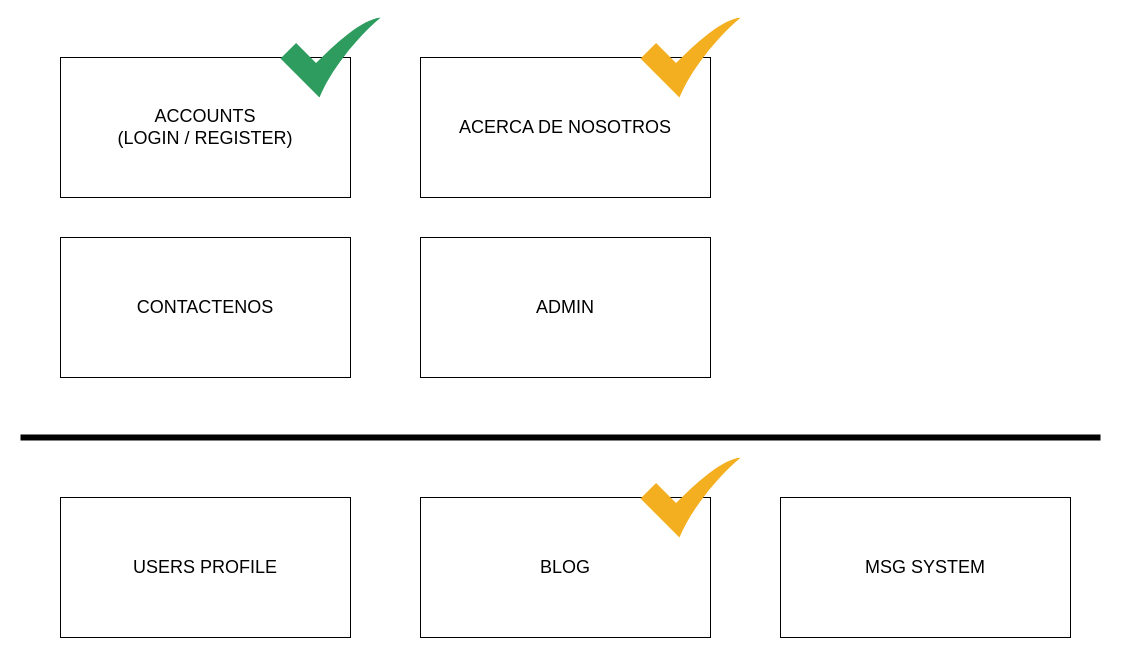
Earlier version of the draw.io diagram apps.drawio (claracena/coderblog). Source tidied: cells renumbered, new cells numbered last; positions are measured from the earlier drawing's top-left corner, leaving out a move shared by most shapes. Both pictures are drawn from the tidied source at 100%, with x=0, y=0 at pixel (20, 17).
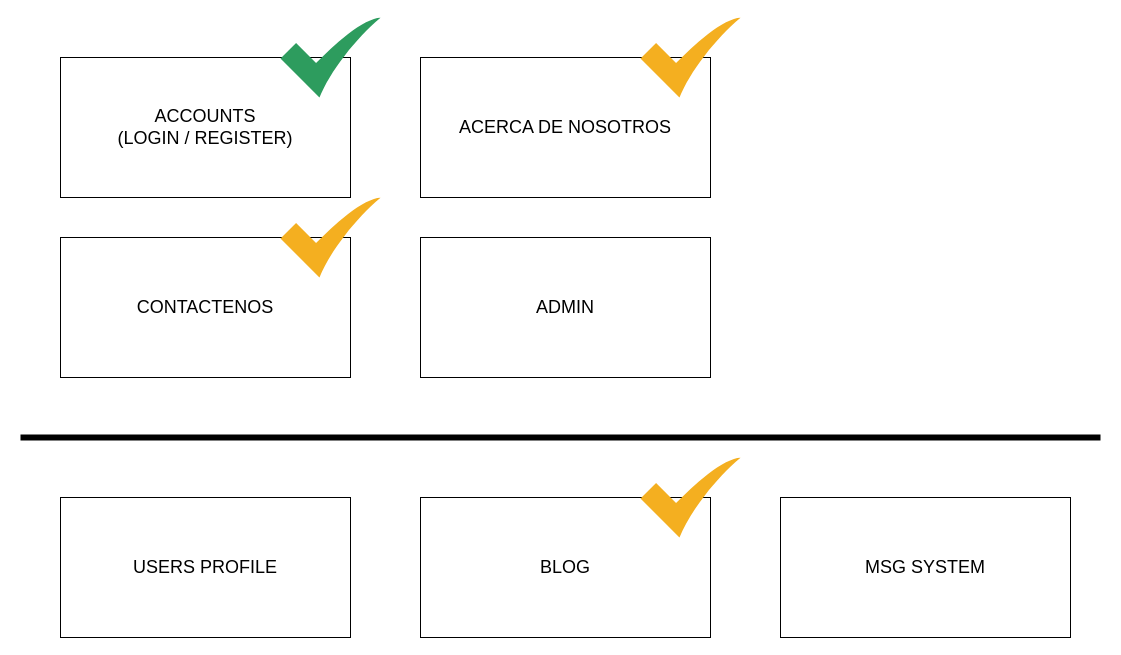
After the change.

The edit, as a diff of the source:
```diff
@@
 <mxGraphModel>
   <root>
     <mxCell id="0" />
     <mxCell id="1" parent="0" />
     <mxCell id="2" value="ACCOUNTS&lt;br style=&quot;font-size: 18px;&quot;&gt;(LOGIN / REGISTER)" style="rounded=0;whiteSpace=wrap;html=1;fontSize=18;fontStyle=0;" parent="1" vertex="1">
       <mxGeometry x="40" y="40" width="290" height="140" as="geometry" />
     </mxCell>
     <mxCell id="3" value="BLOG" style="rounded=0;whiteSpace=wrap;html=1;fontSize=18;fontStyle=0;" parent="1" vertex="1">
       <mxGeometry x="400" y="480" width="290" height="140" as="geometry" />
     </mxCell>
     <mxCell id="4" value="ACERCA DE NOSOTROS" style="rounded=0;whiteSpace=wrap;html=1;fontSize=18;fontStyle=0;" parent="1" vertex="1">
       <mxGeometry x="400" y="40" width="290" height="140" as="geometry" />
     </mxCell>
     <mxCell id="5" value="CONTACTENOS" style="rounded=0;whiteSpace=wrap;html=1;fontSize=18;fontStyle=0;" parent="1" vertex="1">
       <mxGeometry x="40" y="220" width="290" height="140" as="geometry" />
     </mxCell>
     <mxCell id="6" value="ADMIN" style="rounded=0;whiteSpace=wrap;html=1;fontSize=18;fontStyle=0;" parent="1" vertex="1">
       <mxGeometry x="400" y="220" width="290" height="140" as="geometry" />
     </mxCell>
     <mxCell id="7" value="USERS PROFILE" style="rounded=0;whiteSpace=wrap;html=1;fontSize=18;fontStyle=0;" parent="1" vertex="1">
       <mxGeometry x="40" y="480" width="290" height="140" as="geometry" />
     </mxCell>
     <mxCell id="8" value="MSG SYSTEM" style="rounded=0;whiteSpace=wrap;html=1;fontSize=18;fontStyle=0;" parent="1" vertex="1">
       <mxGeometry x="760" y="480" width="290" height="140" as="geometry" />
     </mxCell>
     <mxCell id="9" style="endArrow=none;html=1;fontSize=18;strokeWidth=6;" parent="1" edge="1">
       <mxGeometry relative="1" as="geometry">
         <mxPoint y="420" as="sourcePoint" />
         <mxPoint x="1080" y="420" as="targetPoint" />
       </mxGeometry>
     </mxCell>
     <mxCell id="10" style="html=1;strokeColor=none;shadow=0;align=center;verticalAlign=top;fillColor=#2D9C5E;shape=mxgraph.gcp2.check;fontSize=18;" parent="1" vertex="1">
       <mxGeometry x="260" width="100" height="80" as="geometry" />
     </mxCell>
     <mxCell id="11" style="html=1;strokeColor=none;shadow=0;align=center;verticalAlign=top;fillColor=#F4AF20;shape=mxgraph.gcp2.check;fontSize=18;" parent="1" vertex="1">
       <mxGeometry x="620" y="440" width="100" height="80" as="geometry" />
     </mxCell>
     <mxCell id="12" style="html=1;strokeColor=none;shadow=0;align=center;verticalAlign=top;fillColor=#F4AF20;shape=mxgraph.gcp2.check;fontSize=18;" parent="1" vertex="1">
       <mxGeometry x="620" width="100" height="80" as="geometry" />
     </mxCell>
+    <mxCell id="13" style="html=1;strokeColor=none;shadow=0;align=center;verticalAlign=top;fillColor=#F4AF20;shape=mxgraph.gcp2.check;fontSize=18;" parent="1" vertex="1">
+      <mxGeometry x="260" y="180" width="100" height="80" as="geometry" />
+    </mxCell>
   </root>
 </mxGraphModel>
```
